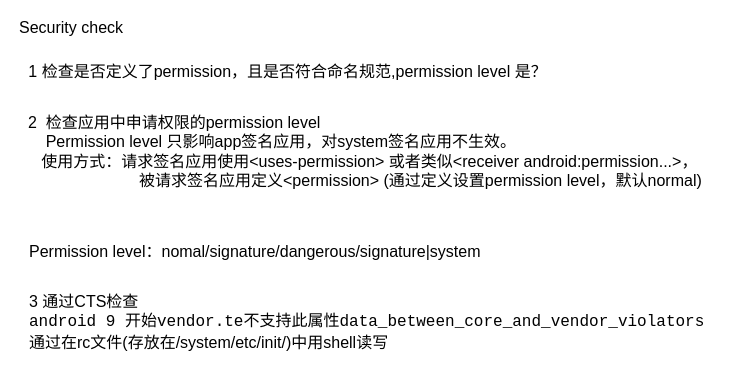
Above: page "Security check" (5 of 10) of AF review.drawio in LBACK1912/chart (draw.io), before the change. Source tidied: cells renumbered, new cells numbered last; positions are measured from the earlier drawing's top-left corner, leaving out a move shared by most shapes. Both pictures are drawn from the tidied source at 100%, with x=0, y=0 at pixel (17, 21).
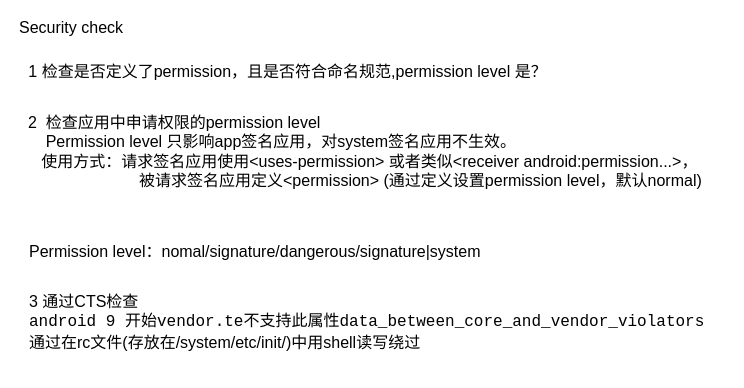
Above is the later version.

The edit, as a diff of the source:
```diff
@@
 <mxGraphModel>
   <root>
     <mxCell id="0" />
     <mxCell id="1" parent="0" />
     <mxCell id="2" value="&lt;div style=&quot;font-size: 16px&quot; align=&quot;left&quot;&gt;&lt;font style=&quot;font-size: 16px&quot;&gt;&lt;font style=&quot;font-size: 16px&quot;&gt;&amp;nbsp; 2&amp;nbsp; 检查应用中申请权限的permission level&lt;/font&gt;&lt;/font&gt;&lt;/div&gt;&lt;div style=&quot;font-size: 16px&quot; align=&quot;left&quot;&gt;&lt;font style=&quot;font-size: 16px&quot;&gt;&amp;nbsp;&amp;nbsp;&amp;nbsp;&amp;nbsp;&amp;nbsp; Permission level 只影响app签名应用，对system签名应用不生效。&lt;/font&gt;&lt;/div&gt;&lt;div style=&quot;font-size: 16px&quot; align=&quot;left&quot;&gt;&lt;font style=&quot;font-size: 16px&quot;&gt;&amp;nbsp;&amp;nbsp;&amp;nbsp;&amp;nbsp; 使用方式：请求签名应用使用&amp;lt;uses-permission&amp;gt; 或者类似&amp;lt;receiver android:permission...&amp;gt;，&lt;/font&gt;&lt;/div&gt;&lt;div style=&quot;font-size: 16px&quot; align=&quot;left&quot;&gt;&lt;font style=&quot;font-size: 16px&quot;&gt;&amp;nbsp;&amp;nbsp;&amp;nbsp;&amp;nbsp;&amp;nbsp;&amp;nbsp;&amp;nbsp;&amp;nbsp;&amp;nbsp;&amp;nbsp;&amp;nbsp;&amp;nbsp;&amp;nbsp;&amp;nbsp;&amp;nbsp;&amp;nbsp;&amp;nbsp;&amp;nbsp;&amp;nbsp;&amp;nbsp;&amp;nbsp;&amp;nbsp;&amp;nbsp;&amp;nbsp;&amp;nbsp;&amp;nbsp; 被请求签名应用定义&amp;lt;permission&amp;gt; (通过定义设置permission level，默认normal)&lt;br&gt;&lt;/font&gt;&lt;/div&gt;" style="text;html=1;align=left;verticalAlign=middle;" parent="1" vertex="1">
       <mxGeometry y="100" width="710" height="60" as="geometry" />
     </mxCell>
     <mxCell id="3" value="&lt;div style=&quot;font-size: 16px&quot; align=&quot;left&quot;&gt;&lt;font style=&quot;font-size: 16px&quot;&gt;Permission level&lt;/font&gt;&lt;font style=&quot;font-size: 16px&quot;&gt;：nomal/signature/dangerous/signature|system&lt;/font&gt;&lt;/div&gt;" style="text;html=1;align=left;verticalAlign=middle;" parent="1" vertex="1">
       <mxGeometry x="10" y="220" width="500" height="20" as="geometry" />
     </mxCell>
     <mxCell id="4" value="&lt;div style=&quot;font-size: 16px&quot; align=&quot;left&quot;&gt;&lt;font style=&quot;font-size: 16px&quot;&gt;Security check&lt;br&gt;&lt;/font&gt;&lt;/div&gt;&lt;div style=&quot;font-size: 16px&quot; align=&quot;left&quot;&gt;&lt;font style=&quot;font-size: 16px&quot;&gt;&lt;br&gt;&lt;/font&gt;&lt;/div&gt;&lt;div style=&quot;font-size: 16px&quot; align=&quot;left&quot;&gt;&lt;font style=&quot;font-size: 16px&quot;&gt;&lt;br&gt;&lt;/font&gt;&lt;/div&gt;" style="text;html=1;align=left;verticalAlign=middle;" parent="1" vertex="1">
       <mxGeometry width="120" height="50" as="geometry" />
     </mxCell>
     <mxCell id="5" value="&lt;font style=&quot;font-size: 16px&quot;&gt;1 检查是否定义了permission，且是否符合命名规范,permission level 是？&lt;br&gt;&lt;/font&gt;" style="text;html=1;align=center;verticalAlign=middle;" parent="1" vertex="1">
       <mxGeometry y="40" width="540" height="20" as="geometry" />
     </mxCell>
-    <mxCell id="6" value="&lt;div style=&quot;font-size: 16px&quot; align=&quot;left&quot;&gt;&lt;font style=&quot;font-size: 16px&quot;&gt;3 通过CTS检查&lt;/font&gt;&lt;/div&gt;&lt;div style=&quot;font-size: 16px&quot; align=&quot;left&quot;&gt;&lt;code dir=&quot;ltr&quot;&gt;android 9 开始vendor.te不支持此属性data_between_core_and_vendor_violators&lt;/code&gt;&lt;/div&gt;&lt;div style=&quot;font-size: 16px&quot; align=&quot;left&quot;&gt;&lt;font style=&quot;font-size: 16px&quot;&gt;通过在rc文件(存放在/system/etc/init/)中用shell读写&lt;br&gt;&lt;/font&gt;&lt;/div&gt;&lt;div style=&quot;font-size: 16px&quot; align=&quot;left&quot;&gt;&lt;font style=&quot;font-size: 16px&quot;&gt;&lt;br&gt;&lt;/font&gt;&lt;/div&gt;" style="text;html=1;align=left;verticalAlign=middle;" parent="1" vertex="1">
+    <mxCell id="6" value="&lt;div style=&quot;font-size: 16px&quot; align=&quot;left&quot;&gt;&lt;font style=&quot;font-size: 16px&quot;&gt;3 通过CTS检查&lt;/font&gt;&lt;/div&gt;&lt;div style=&quot;font-size: 16px&quot; align=&quot;left&quot;&gt;&lt;code dir=&quot;ltr&quot;&gt;android 9 开始vendor.te不支持此属性data_between_core_and_vendor_violators&lt;/code&gt;&lt;/div&gt;&lt;div style=&quot;font-size: 16px&quot; align=&quot;left&quot;&gt;&lt;font style=&quot;font-size: 16px&quot;&gt;通过在rc文件(存放在/system/etc/init/)中用shell读写绕过&lt;br&gt;&lt;/font&gt;&lt;/div&gt;&lt;div style=&quot;font-size: 16px&quot; align=&quot;left&quot;&gt;&lt;font style=&quot;font-size: 16px&quot;&gt;&lt;br&gt;&lt;/font&gt;&lt;/div&gt;" style="text;html=1;align=left;verticalAlign=middle;" parent="1" vertex="1">
       <mxGeometry x="10" y="280" width="690" height="60" as="geometry" />
     </mxCell>
   </root>
 </mxGraphModel>
```
